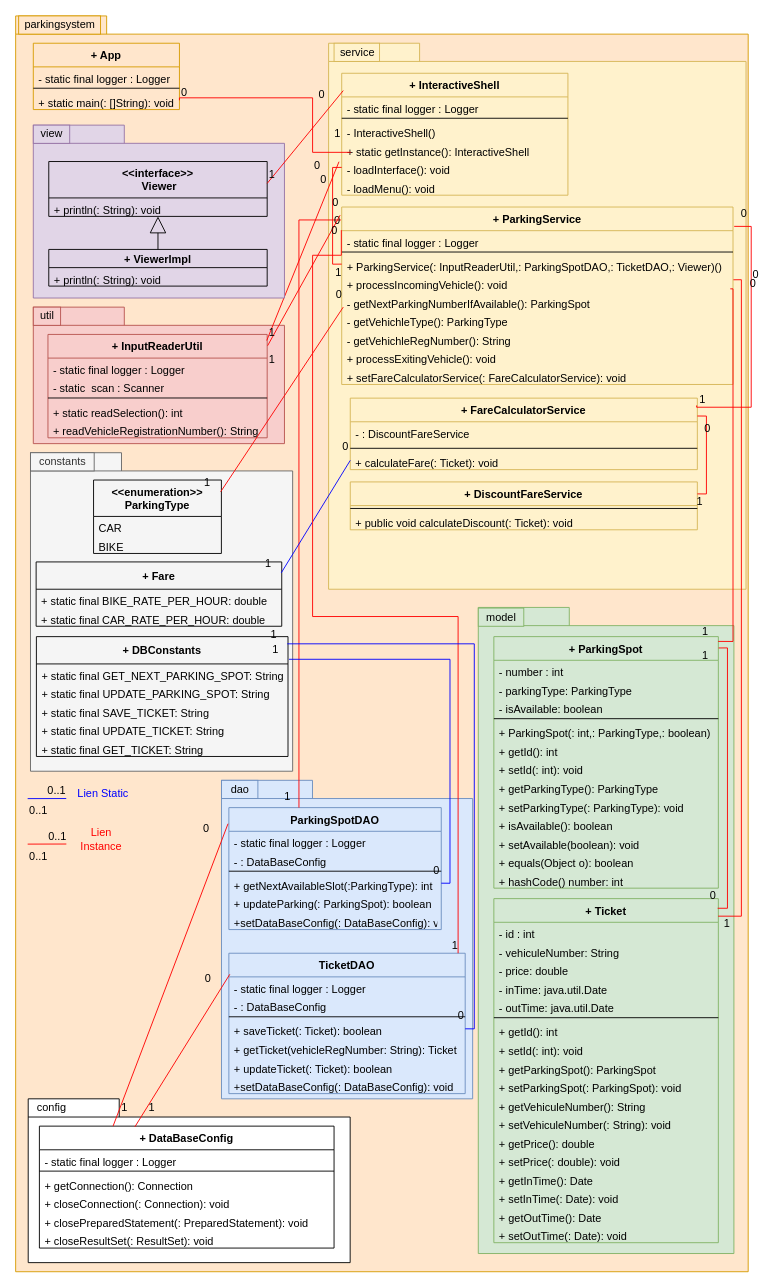
The draw.io diagram page "ClassDiagramDiscountClass" (3 of 3) of UML/classDiagram.drawio in emmo78/parkingsystem, before the edit. Source tidied: cells renumbered, new cells numbered last; positions are measured from the earlier drawing's top-left corner, leaving out a move shared by most shapes. Both pictures are drawn from the tidied source at 91%, with x=0, y=0 at pixel (15, 15).
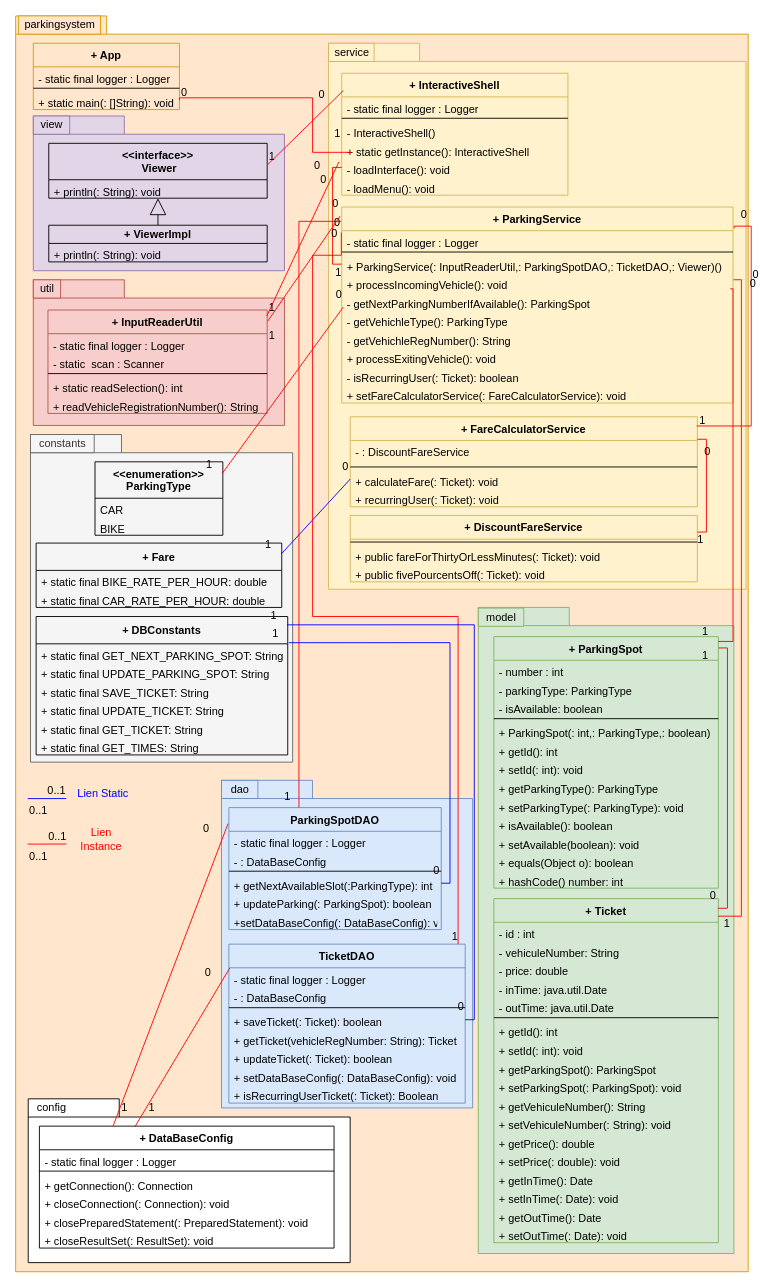
The same page after the edit.

Commit message (it also covers changes not shown here):
wip : Acceptance, steps implémentation, SIT, TU, code implementation, UML, comments and JavaDoc OK / fix : TicketDAO

The change refers to these unchanged cells:
```xml
<mxCell id="9" value="+ getNextAvailableSlot(:ParkingType): int " style="text;strokeColor=none;fillColor=none;align=left;verticalAlign=top;spacingLeft=4;spacingRight=4;overflow=hidden;points=[[0,0.5],[1,0.5]];portConstraint=eastwest;" parent="5" vertex="1">
  <mxGeometry y="72.9" width="233.4" height="20.3" as="geometry" />
</mxCell>
```

Diff of the diagram source:
```diff
@@
     <mxCell id="4" style="shape=folder;fontStyle=1;spacingTop=10;tabWidth=100;tabHeight=20;tabPosition=left;html=1;fillColor=#dae8fc;strokeColor=#6c8ebf;" parent="1" vertex="1">
-      <mxGeometry x="225.9" y="840" width="276" height="350" as="geometry" />
+      <mxGeometry x="225.9" y="840" width="276" height="360" as="geometry" />
     </mxCell>
@@
     <mxCell id="12" value="TicketDAO" style="swimlane;fontStyle=1;align=center;verticalAlign=top;horizontal=1;startSize=26;fillColor=#dae8fc;strokeColor=#6c8ebf;" parent="1" vertex="1">
-      <mxGeometry x="234" y="1030" width="259.7" height="154.3" as="geometry" />
+      <mxGeometry x="234" y="1020" width="259.7" height="174.7" as="geometry" />
     </mxCell>
@@
-    <mxCell id="19" value="+setDataBaseConfig(: DataBaseConfig): void" style="text;strokeColor=none;fillColor=none;align=left;verticalAlign=top;spacingLeft=4;spacingRight=4;overflow=hidden;" parent="12" vertex="1">
+    <mxCell id="19" value="+ setDataBaseConfig(: DataBaseConfig): void" style="text;strokeColor=none;fillColor=none;align=left;verticalAlign=top;spacingLeft=4;spacingRight=4;overflow=hidden;" parent="12" vertex="1">
       <mxGeometry y="134" width="259.7" height="20.3" as="geometry" />
     </mxCell>
+    <mxCell id="186" value="+ isRecurringUserTicket(: Ticket): Boolean" style="text;strokeColor=none;fillColor=none;align=left;verticalAlign=top;spacingLeft=4;spacingRight=4;overflow=hidden;" parent="12" vertex="1">
+      <mxGeometry y="154.3" width="259.7" height="20.3" as="geometry" />
+    </mxCell>
@@
     <mxCell id="25" value="service" style="text;html=1;align=center;verticalAlign=middle;strokeColor=#d6b656;fillColor=#fff2cc;glass=0;" parent="1" vertex="1">
-      <mxGeometry x="349.6" y="30" width="50" height="20" as="geometry" />
+      <mxGeometry x="343.6" y="30" width="50" height="20" as="geometry" />
     </mxCell>
@@
     <mxCell id="36" value="+ ParkingService" style="swimlane;fontStyle=1;align=center;verticalAlign=top;horizontal=1;startSize=26;glass=0;fillColor=#fff2cc;strokeColor=#d6b656;" parent="1" vertex="1">
-      <mxGeometry x="358" y="210" width="430" height="195" as="geometry" />
+      <mxGeometry x="358" y="210" width="430" height="215.4" as="geometry" />
     </mxCell>
@@
+    <mxCell id="187" value="- isRecurringUser(: Ticket): boolean" style="text;strokeColor=none;fillColor=none;align=left;verticalAlign=top;spacingLeft=4;spacingRight=4;overflow=hidden;glass=0;" parent="36" vertex="1">
+      <mxGeometry y="174.7" width="430" height="20.3" as="geometry" />
+    </mxCell>
     <mxCell id="45" value="+ setFareCalculatorService(: FareCalculatorService): void" style="text;strokeColor=none;fillColor=none;align=left;verticalAlign=top;spacingLeft=4;spacingRight=4;overflow=hidden;glass=0;" parent="36" vertex="1">
-      <mxGeometry y="174.7" width="430" height="20.3" as="geometry" />
+      <mxGeometry y="195" width="430" height="20.3" as="geometry" />
     </mxCell>
@@
     <mxCell id="52" style="shape=folder;fontStyle=1;spacingTop=10;tabWidth=100;tabHeight=20;tabPosition=left;html=1;fillColor=#f8cecc;strokeColor=#b85450;" parent="1" vertex="1">
-      <mxGeometry x="19.1" y="320" width="276" height="150" as="geometry" />
+      <mxGeometry x="19.1" y="290" width="276" height="160" as="geometry" />
     </mxCell>
     <mxCell id="53" value="+ InputReaderUtil" style="swimlane;fontStyle=1;align=center;verticalAlign=top;horizontal=1;startSize=26;glass=0;fillColor=#f8cecc;strokeColor=#b85450;" parent="1" vertex="1">
-      <mxGeometry x="35.2" y="350" width="240.9" height="113.6" as="geometry" />
+      <mxGeometry x="35.2" y="323.2" width="240.9" height="113.6" as="geometry" />
     </mxCell>
@@
     <mxCell id="66" style="shape=folder;fontStyle=1;spacingTop=10;tabWidth=100;tabHeight=20;tabPosition=left;html=1;fillColor=#f5f5f5;fontColor=#333333;strokeColor=#666666;" parent="1" vertex="1">
-      <mxGeometry x="16" y="480" width="288.1" height="350" as="geometry" />
+      <mxGeometry x="16" y="460" width="288.1" height="360" as="geometry" />
     </mxCell>
     <mxCell id="67" value="&lt;&lt;enumeration&gt;&gt;&#10;ParkingType" style="swimlane;fontStyle=1;horizontal=1;startSize=40;fillColor=none;" parent="1" vertex="1">
-      <mxGeometry x="85.3" y="510" width="140.5" height="80.7" as="geometry" />
+      <mxGeometry x="86.9" y="490" width="140.5" height="80.7" as="geometry" />
     </mxCell>
@@
     <mxCell id="70" value="+ Fare" style="swimlane;fontStyle=1;horizontal=1;startSize=30;fillColor=none;" parent="1" vertex="1">
-      <mxGeometry x="22.2" y="600" width="269.9" height="70.7" as="geometry" />
+      <mxGeometry x="22.2" y="579.3" width="269.9" height="70.7" as="geometry" />
     </mxCell>
@@
     <mxCell id="73" value="+ DBConstants" style="swimlane;fontStyle=1;horizontal=1;startSize=30;fillColor=none;" parent="1" vertex="1">
-      <mxGeometry x="22.5" y="682.1" width="276.5" height="131.7" as="geometry" />
+      <mxGeometry x="22.2" y="660" width="276.5" height="152.1" as="geometry" />
     </mxCell>
@@
+    <mxCell id="188" value="+ static final GET_TIMES: String&#10; " style="text;strokeColor=none;fillColor=none;align=left;verticalAlign=top;spacingLeft=4;spacingRight=4;overflow=hidden;" parent="73" vertex="1">
+      <mxGeometry y="131.7" width="276.5" height="20.3" as="geometry" />
+    </mxCell>
@@
     <mxCell id="120" value="util" style="text;html=1;align=center;verticalAlign=middle;strokeColor=#b85450;fillColor=#f8cecc;glass=0;" parent="1" vertex="1">
-      <mxGeometry x="19.1" y="320" width="30" height="20" as="geometry" />
+      <mxGeometry x="19.1" y="290" width="30" height="20" as="geometry" />
     </mxCell>
     <mxCell id="121" value="constants" style="text;html=1;align=center;verticalAlign=middle;strokeColor=#666666;fillColor=#f5f5f5;glass=0;fontColor=#333333;" parent="1" vertex="1">
-      <mxGeometry x="16" y="480" width="70" height="20" as="geometry" />
+      <mxGeometry x="16" y="460" width="70" height="20" as="geometry" />
     </mxCell>
@@
     <mxCell id="131" value="+ FareCalculatorService" style="swimlane;fontStyle=1;align=center;verticalAlign=top;horizontal=1;startSize=26;glass=0;fillColor=#fff2cc;strokeColor=#d6b656;" parent="1" vertex="1">
-      <mxGeometry x="367.4" y="420" width="381.4" height="78.6" as="geometry" />
+      <mxGeometry x="367.4" y="440.5" width="381.4" height="98.9" as="geometry" />
     </mxCell>
@@
+    <mxCell id="189" value="+ recurringUser(: Ticket): void" style="text;strokeColor=none;fillColor=none;align=left;verticalAlign=top;spacingLeft=4;spacingRight=4;overflow=hidden;" parent="131" vertex="1">
+      <mxGeometry y="78.6" width="381.4" height="20.3" as="geometry" />
+    </mxCell>
     <mxCell id="135" style="endArrow=none;html=1;rounded=0;align=center;verticalAlign=top;endFill=0;labelBackgroundColor=none;entryX=0.998;entryY=0.102;entryDx=0;entryDy=0;strokeColor=#FF0000;exitX=1.003;exitY=0.109;exitDx=0;exitDy=0;exitPerimeter=0;edgeStyle=orthogonalEdgeStyle;entryPerimeter=0;" parent="1" edge="1" source="36" target="131">
       <mxGeometry relative="1" as="geometry">
         <Array as="points">
           <mxPoint x="808" y="231" />
-          <mxPoint x="808" y="430" />
-          <mxPoint x="748" y="430" />
+          <mxPoint x="808" y="451" />
         </Array>
       </mxGeometry>
     </mxCell>
@@
     <mxCell id="153" style="endArrow=none;html=1;rounded=0;align=center;verticalAlign=top;endFill=0;labelBackgroundColor=none;entryX=1.004;entryY=0.189;entryDx=0;entryDy=0;strokeColor=#0000FF;exitX=1;exitY=0.5;exitDx=0;exitDy=0;entryPerimeter=0;edgeStyle=orthogonalEdgeStyle;" parent="1" edge="1" source="9" target="73">
       <mxGeometry relative="1" as="geometry">
         <Array as="points">
           <mxPoint x="477" y="953" />
-          <mxPoint x="477" y="707" />
+          <mxPoint x="477" y="689" />
+          <mxPoint x="300" y="689" />
         </Array>
       </mxGeometry>
     </mxCell>
@@
     <mxCell id="170" style="shape=folder;fontStyle=1;spacingTop=10;tabWidth=100;tabHeight=20;tabPosition=left;html=1;fillColor=#e1d5e7;strokeColor=#9673a6;" parent="1" vertex="1">
-      <mxGeometry x="19.1" y="120" width="276" height="190" as="geometry" />
+      <mxGeometry x="19.1" y="110" width="276" height="170" as="geometry" />
     </mxCell>
     <mxCell id="171" value="view" style="text;html=1;align=center;verticalAlign=middle;strokeColor=#9673a6;fillColor=#e1d5e7;glass=0;" parent="1" vertex="1">
-      <mxGeometry x="19.1" y="120" width="40" height="20" as="geometry" />
+      <mxGeometry x="19.1" y="110" width="40" height="20" as="geometry" />
     </mxCell>
     <mxCell id="172" value="&lt;&lt;interface&gt;&gt;&#10; Viewer" style="swimlane;fontStyle=1;horizontal=1;startSize=40;fillColor=none;" parent="1" vertex="1">
-      <mxGeometry x="36.1" y="160" width="240" height="60.3" as="geometry" />
+      <mxGeometry x="36.1" y="140" width="240" height="60.3" as="geometry" />
     </mxCell>
@@
     <mxCell id="174" value="+ ViewerImpl" style="swimlane;fontStyle=1;horizontal=1;startSize=20;fillColor=none;" parent="1" vertex="1">
-      <mxGeometry x="36.1" y="256.6" width="240" height="40.3" as="geometry" />
+      <mxGeometry x="36.1" y="230" width="240" height="40.3" as="geometry" />
     </mxCell>
@@
     <mxCell id="180" value="+ DiscountFareService" style="swimlane;fontStyle=1;align=center;verticalAlign=top;horizontal=1;startSize=26;glass=0;fillColor=#fff2cc;strokeColor=#d6b656;" parent="1" vertex="1">
-      <mxGeometry x="367.4" y="512.1" width="381.4" height="52.6" as="geometry" />
+      <mxGeometry x="367.4" y="549" width="381.4" height="72.9" as="geometry" />
     </mxCell>
@@
-    <mxCell id="182" value="+ public void calculateDiscount(: Ticket): void" style="text;strokeColor=none;fillColor=none;align=left;verticalAlign=top;spacingLeft=4;spacingRight=4;overflow=hidden;" parent="180" vertex="1">
+    <mxCell id="182" value="+ public fareForThirtyOrLessMinutes(: Ticket): void" style="text;strokeColor=none;fillColor=none;align=left;verticalAlign=top;spacingLeft=4;spacingRight=4;overflow=hidden;" parent="180" vertex="1">
       <mxGeometry y="32.3" width="381.4" height="20.3" as="geometry" />
     </mxCell>
+    <mxCell id="190" value="+ public fivePourcentsOff(: Ticket): void" style="text;strokeColor=none;fillColor=none;align=left;verticalAlign=top;spacingLeft=4;spacingRight=4;overflow=hidden;" parent="180" vertex="1">
+      <mxGeometry y="52.6" width="381.4" height="20.3" as="geometry" />
+    </mxCell>
```
